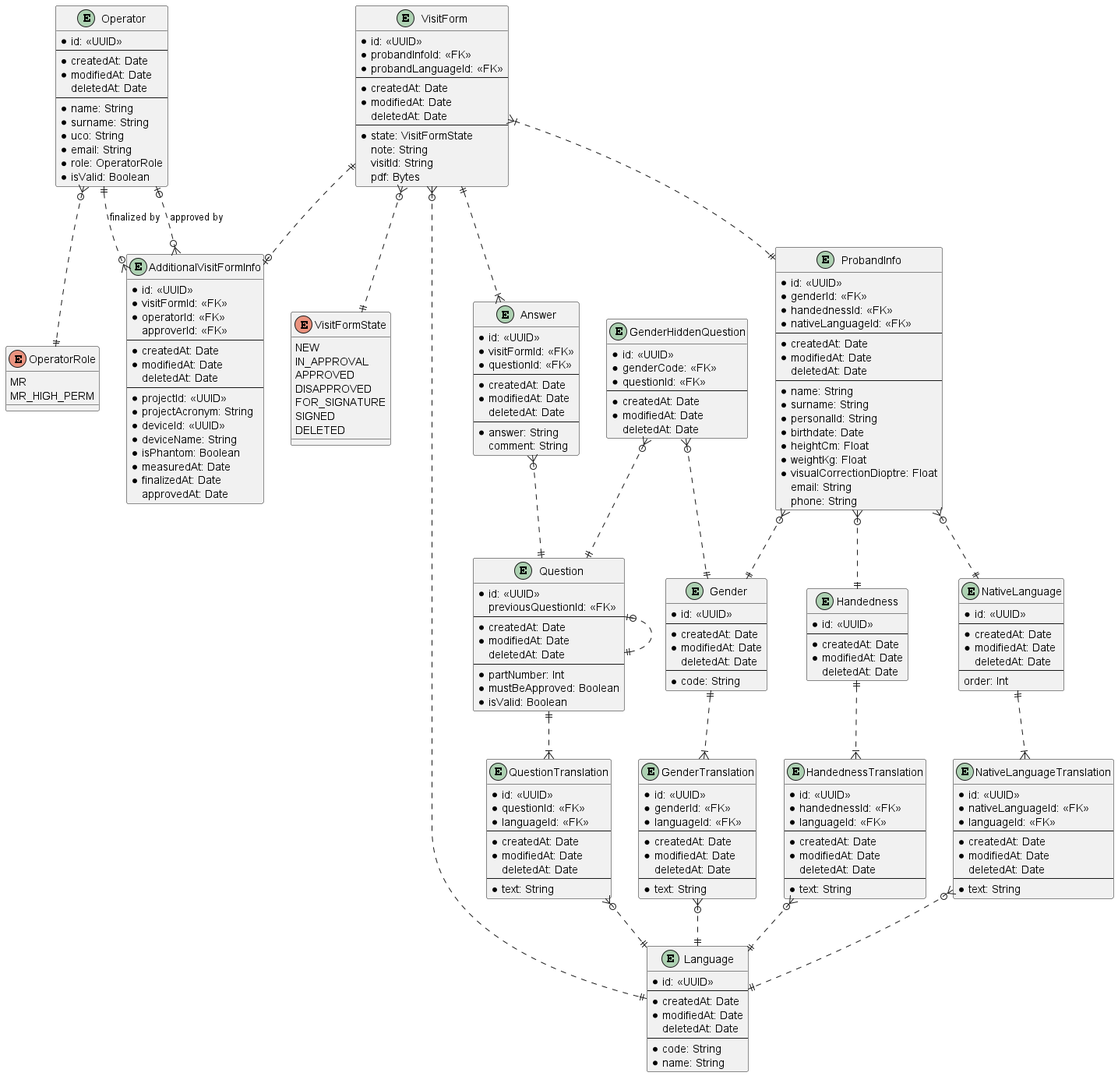
Earlier version of the PlantUML export backend/prisma/erd/ProbandSafetyQuestionnaire.png (lukas-kratochvil/mafil-proband-safety-questionnaire).
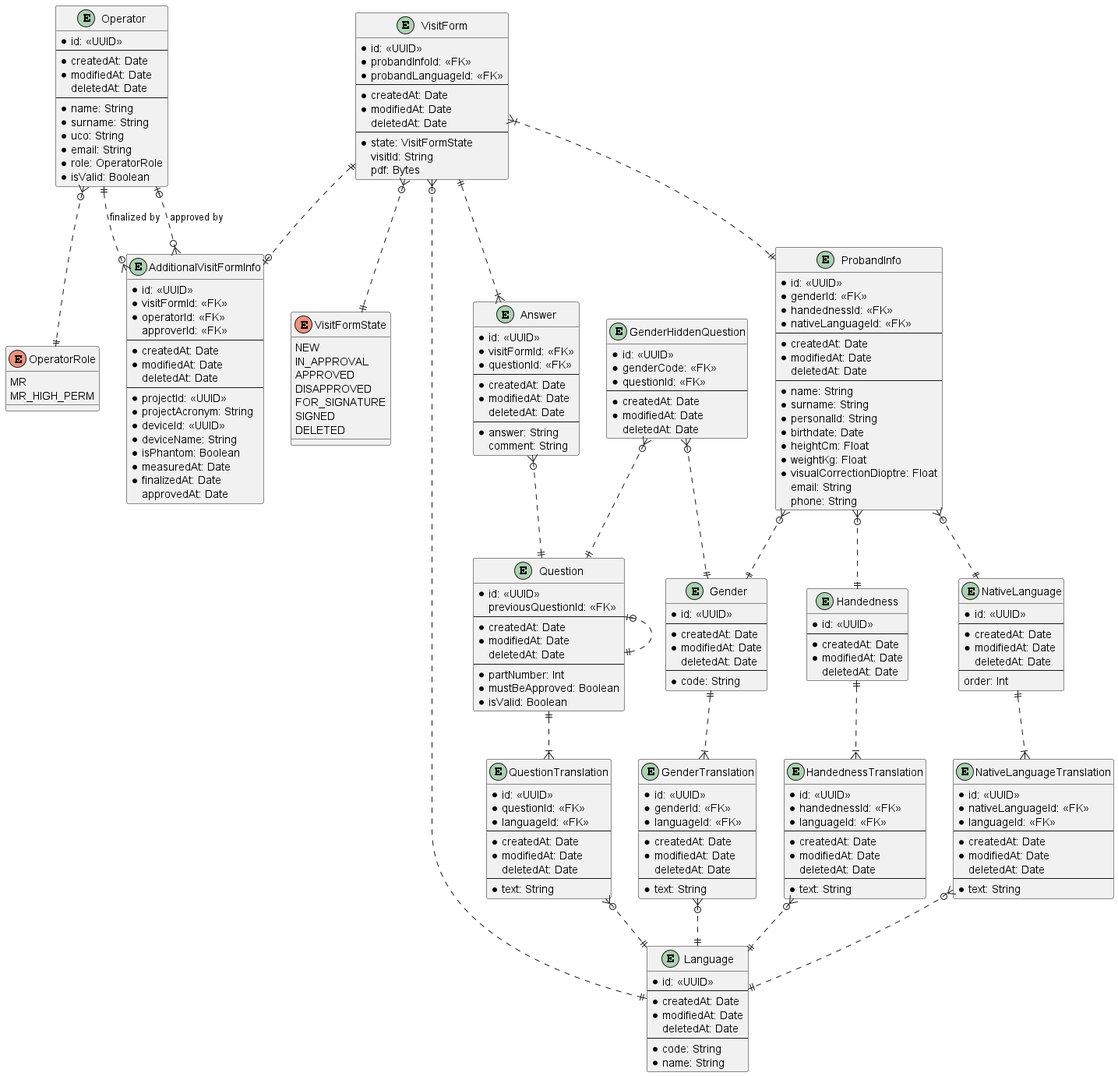
The same file after the commit.

Commit message:
feat: removed visit form 'note' property

The edit, as a diff of the source:
```diff
@@ -30,7 +30,6 @@
   deletedAt: Date
   ---
   * state: VisitFormState
-  note: String
   visitId: String
   pdf: Bytes
 }
```
